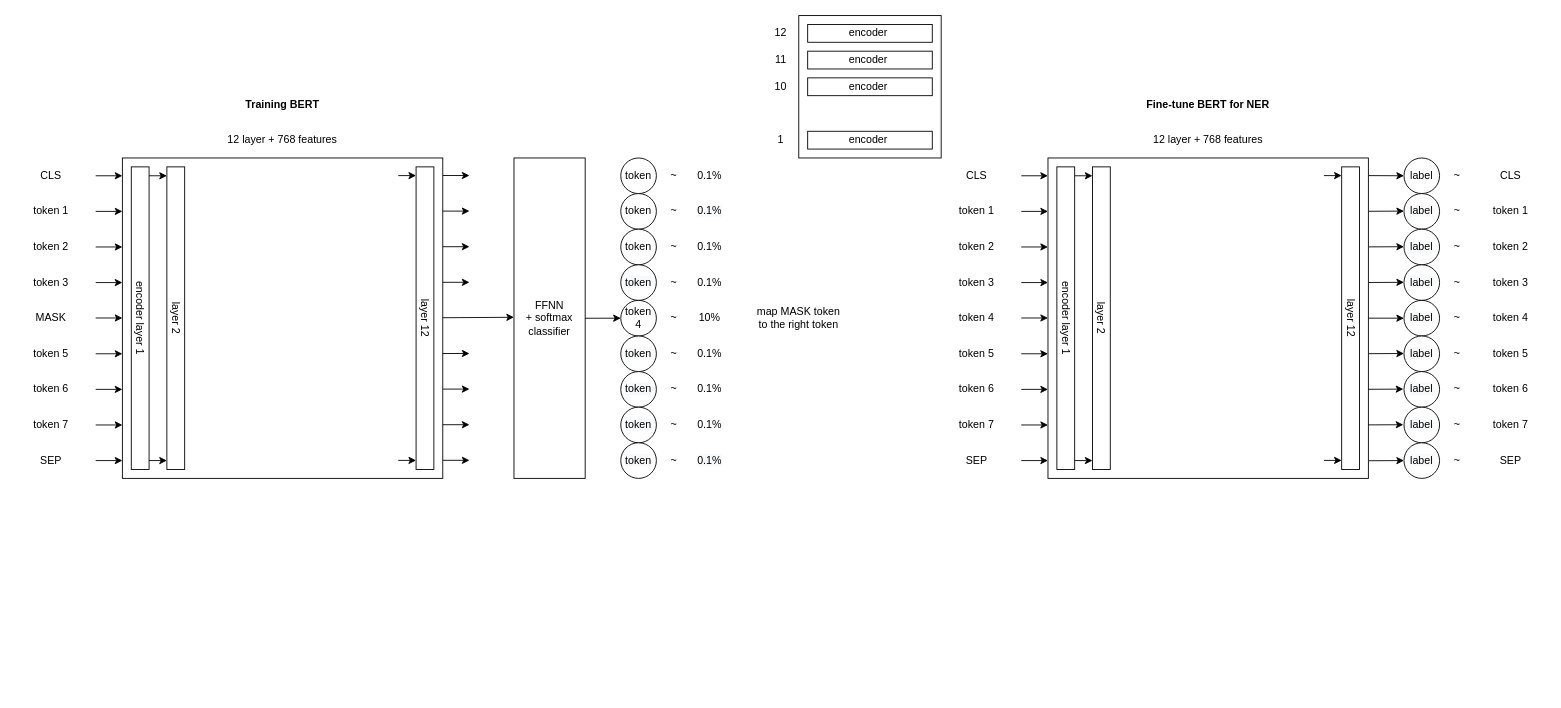
The draw.io diagram BERT model detail.drawio in Avi197/ner, before the edit. Source tidied: cells renumbered, new cells numbered last; positions are measured from the earlier drawing's top-left corner, leaving out a move shared by most shapes. Both pictures are drawn from the tidied source at 89%, with x=0, y=0 at pixel (15, 15).
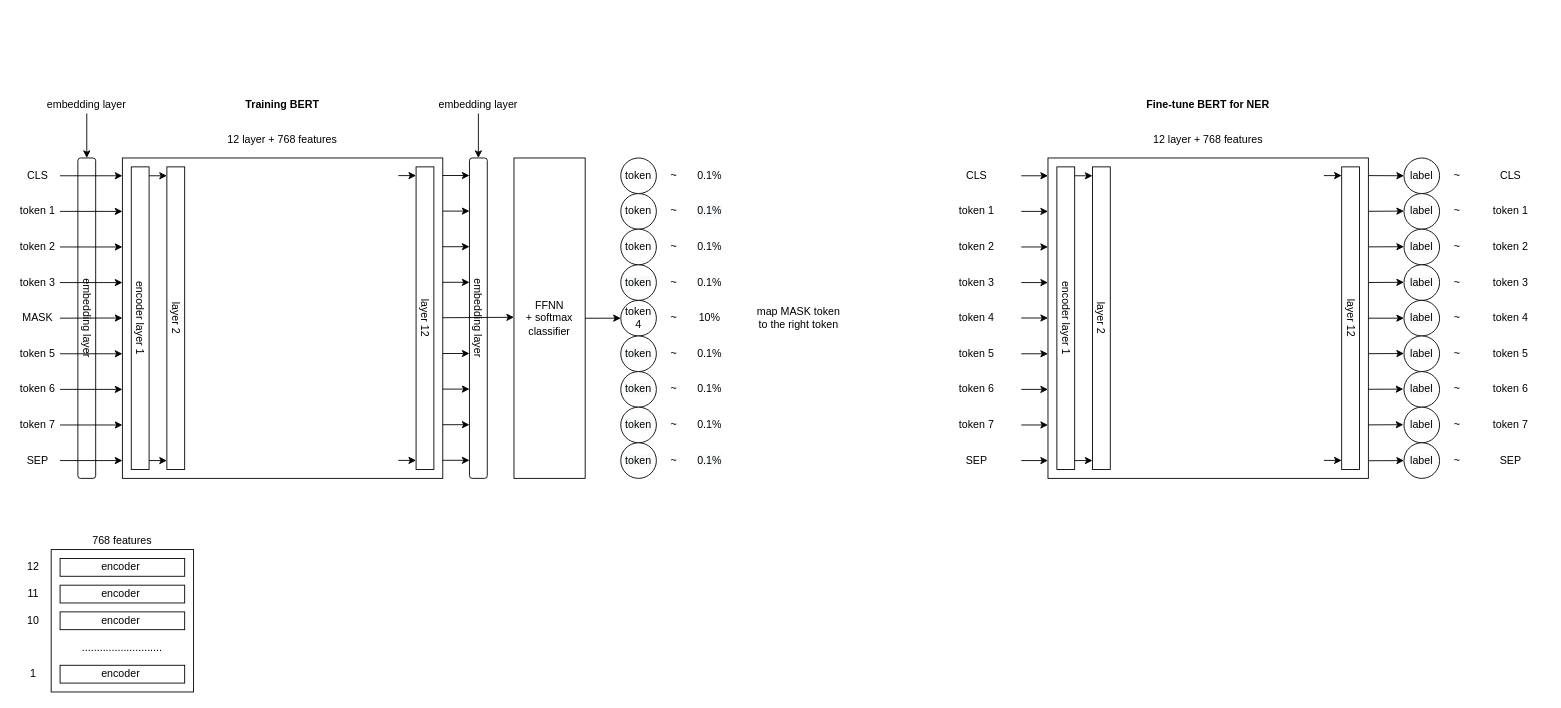
The same diagram, later.

Change to the diagram source:
```diff
@@
     <mxCell id="62" style="rounded=0;whiteSpace=wrap;html=1;" parent="1" vertex="1">
-      <mxGeometry x="880" width="160" height="160" as="geometry" />
+      <mxGeometry x="40" y="600" width="160" height="160" as="geometry" />
     </mxCell>
     <mxCell id="63" value="encoder&amp;nbsp;" style="rounded=0;whiteSpace=wrap;html=1;" parent="1" vertex="1">
-      <mxGeometry x="890" y="10" width="140" height="20" as="geometry" />
+      <mxGeometry x="50" y="610" width="140" height="20" as="geometry" />
     </mxCell>
     <mxCell id="64" value="encoder&amp;nbsp;" style="rounded=0;whiteSpace=wrap;html=1;" parent="1" vertex="1">
-      <mxGeometry x="890" y="40" width="140" height="20" as="geometry" />
+      <mxGeometry x="50" y="640" width="140" height="20" as="geometry" />
     </mxCell>
     <mxCell id="65" value="encoder&amp;nbsp;" style="rounded=0;whiteSpace=wrap;html=1;" parent="1" vertex="1">
-      <mxGeometry x="890" y="70" width="140" height="20" as="geometry" />
+      <mxGeometry x="50" y="670" width="140" height="20" as="geometry" />
     </mxCell>
     <mxCell id="66" value="encoder&amp;nbsp;" style="rounded=0;whiteSpace=wrap;html=1;" parent="1" vertex="1">
-      <mxGeometry x="890" y="130" width="140" height="20" as="geometry" />
+      <mxGeometry x="50" y="730" width="140" height="20" as="geometry" />
     </mxCell>
     <mxCell id="67" value="12" style="text;html=1;strokeColor=none;fillColor=none;align=center;verticalAlign=middle;whiteSpace=wrap;rounded=0;" parent="1" vertex="1">
-      <mxGeometry x="840" y="10" width="40" height="20" as="geometry" />
+      <mxGeometry y="610" width="40" height="20" as="geometry" />
     </mxCell>
     <mxCell id="68" value="1" style="text;html=1;strokeColor=none;fillColor=none;align=center;verticalAlign=middle;whiteSpace=wrap;rounded=0;" parent="1" vertex="1">
-      <mxGeometry x="840" y="130" width="40" height="20" as="geometry" />
+      <mxGeometry y="730" width="40" height="20" as="geometry" />
     </mxCell>
     <mxCell id="69" value="10" style="text;html=1;strokeColor=none;fillColor=none;align=center;verticalAlign=middle;whiteSpace=wrap;rounded=0;" parent="1" vertex="1">
-      <mxGeometry x="840" y="70" width="40" height="20" as="geometry" />
+      <mxGeometry y="670" width="40" height="20" as="geometry" />
     </mxCell>
     <mxCell id="70" value="11" style="text;html=1;strokeColor=none;fillColor=none;align=center;verticalAlign=middle;whiteSpace=wrap;rounded=0;" parent="1" vertex="1">
-      <mxGeometry x="840" y="40" width="40" height="20" as="geometry" />
+      <mxGeometry y="640" width="40" height="20" as="geometry" />
     </mxCell>
@@
-    <mxCell id="81" style="endArrow=classic;html=1;" parent="1" edge="1">
+    <mxCell id="81" style="endArrow=classic;html=1;exitX=1;exitY=0.5;exitDx=0;exitDy=0;" parent="1" edge="1" source="96">
       <mxGeometry relative="1" as="geometry">
-        <mxPoint x="90" y="180" as="sourcePoint" />
         <mxPoint x="120" y="180" as="targetPoint" />
         <Array as="points">
           <mxPoint x="120" y="180" />
         </Array>
       </mxGeometry>
     </mxCell>
-    <mxCell id="82" style="endArrow=classic;html=1;" parent="1" edge="1">
+    <mxCell id="82" style="endArrow=classic;html=1;exitX=1;exitY=0.5;exitDx=0;exitDy=0;" parent="1" edge="1" source="97">
       <mxGeometry relative="1" as="geometry">
-        <mxPoint x="90" y="220" as="sourcePoint" />
         <mxPoint x="120" y="220" as="targetPoint" />
         <Array as="points">
           <mxPoint x="120" y="220" />
         </Array>
       </mxGeometry>
     </mxCell>
-    <mxCell id="83" style="endArrow=classic;html=1;" parent="1" edge="1">
+    <mxCell id="83" style="endArrow=classic;html=1;exitX=1;exitY=0.5;exitDx=0;exitDy=0;" parent="1" edge="1" source="98">
       <mxGeometry relative="1" as="geometry">
-        <mxPoint x="90" y="260" as="sourcePoint" />
         <mxPoint x="120" y="260" as="targetPoint" />
         <Array as="points">
           <mxPoint x="120" y="260" />
         </Array>
       </mxGeometry>
     </mxCell>
-    <mxCell id="84" style="endArrow=classic;html=1;" parent="1" edge="1">
+    <mxCell id="84" style="endArrow=classic;html=1;exitX=1;exitY=0.5;exitDx=0;exitDy=0;" parent="1" edge="1" source="99">
       <mxGeometry relative="1" as="geometry">
-        <mxPoint x="90" y="300" as="sourcePoint" />
         <mxPoint x="120" y="300" as="targetPoint" />
         <Array as="points">
           <mxPoint x="120" y="300" />
         </Array>
       </mxGeometry>
     </mxCell>
-    <mxCell id="85" style="endArrow=classic;html=1;" parent="1" edge="1">
+    <mxCell id="85" style="endArrow=classic;html=1;exitX=1;exitY=0.5;exitDx=0;exitDy=0;" parent="1" edge="1" source="100">
       <mxGeometry relative="1" as="geometry">
-        <mxPoint x="90" y="339.8" as="sourcePoint" />
         <mxPoint x="120" y="339.8" as="targetPoint" />
         <Array as="points">
           <mxPoint x="120" y="339.8" />
         </Array>
       </mxGeometry>
     </mxCell>
-    <mxCell id="86" style="endArrow=classic;html=1;" parent="1" edge="1">
+    <mxCell id="86" style="endArrow=classic;html=1;exitX=1;exitY=0.5;exitDx=0;exitDy=0;" parent="1" edge="1" source="101">
       <mxGeometry relative="1" as="geometry">
-        <mxPoint x="90" y="380" as="sourcePoint" />
         <mxPoint x="120" y="380" as="targetPoint" />
         <Array as="points">
           <mxPoint x="120" y="380" />
         </Array>
       </mxGeometry>
     </mxCell>
-    <mxCell id="87" style="endArrow=classic;html=1;" parent="1" edge="1">
+    <mxCell id="87" style="endArrow=classic;html=1;exitX=1;exitY=0.5;exitDx=0;exitDy=0;" parent="1" edge="1" source="102">
       <mxGeometry relative="1" as="geometry">
-        <mxPoint x="90" y="420" as="sourcePoint" />
         <mxPoint x="120" y="420" as="targetPoint" />
         <Array as="points">
           <mxPoint x="120" y="420" />
         </Array>
       </mxGeometry>
     </mxCell>
-    <mxCell id="88" style="endArrow=classic;html=1;" parent="1" edge="1">
+    <mxCell id="88" style="endArrow=classic;html=1;exitX=1;exitY=0.5;exitDx=0;exitDy=0;" parent="1" edge="1" source="103">
       <mxGeometry relative="1" as="geometry">
-        <mxPoint x="90" y="460" as="sourcePoint" />
         <mxPoint x="120" y="460" as="targetPoint" />
         <Array as="points">
           <mxPoint x="120" y="460" />
         </Array>
       </mxGeometry>
     </mxCell>
-    <mxCell id="89" style="endArrow=classic;html=1;" parent="1" edge="1">
+    <mxCell id="89" style="endArrow=classic;html=1;exitX=1;exitY=0.5;exitDx=0;exitDy=0;" parent="1" edge="1" source="104">
       <mxGeometry relative="1" as="geometry">
-        <mxPoint x="90" y="500" as="sourcePoint" />
         <mxPoint x="120" y="500" as="targetPoint" />
         <Array as="points">
           <mxPoint x="120" y="500" />
         </Array>
       </mxGeometry>
     </mxCell>
@@
     <mxCell id="96" value="CLS" style="text;html=1;strokeColor=none;fillColor=none;align=center;verticalAlign=middle;whiteSpace=wrap;rounded=0;" parent="1" vertex="1">
-      <mxGeometry y="170" width="80" height="20" as="geometry" />
+      <mxGeometry y="170" width="50" height="20" as="geometry" />
     </mxCell>
     <mxCell id="97" value="token 1" style="text;html=1;strokeColor=none;fillColor=none;align=center;verticalAlign=middle;whiteSpace=wrap;rounded=0;" parent="1" vertex="1">
-      <mxGeometry y="210" width="80" height="20" as="geometry" />
+      <mxGeometry y="210" width="50" height="20" as="geometry" />
     </mxCell>
     <mxCell id="98" value="token 2" style="text;html=1;strokeColor=none;fillColor=none;align=center;verticalAlign=middle;whiteSpace=wrap;rounded=0;" parent="1" vertex="1">
-      <mxGeometry y="250" width="80" height="20" as="geometry" />
+      <mxGeometry y="250" width="50" height="20" as="geometry" />
     </mxCell>
     <mxCell id="99" value="token 3" style="text;html=1;strokeColor=none;fillColor=none;align=center;verticalAlign=middle;whiteSpace=wrap;rounded=0;" parent="1" vertex="1">
-      <mxGeometry y="290" width="80" height="20" as="geometry" />
+      <mxGeometry y="290" width="50" height="20" as="geometry" />
     </mxCell>
     <mxCell id="100" value="MASK" style="text;html=1;strokeColor=none;fillColor=none;align=center;verticalAlign=middle;whiteSpace=wrap;rounded=0;" parent="1" vertex="1">
-      <mxGeometry y="330" width="80" height="20" as="geometry" />
+      <mxGeometry y="330" width="50" height="20" as="geometry" />
     </mxCell>
     <mxCell id="101" value="token 5" style="text;html=1;strokeColor=none;fillColor=none;align=center;verticalAlign=middle;whiteSpace=wrap;rounded=0;" parent="1" vertex="1">
-      <mxGeometry y="370" width="80" height="20" as="geometry" />
+      <mxGeometry y="370" width="50" height="20" as="geometry" />
     </mxCell>
     <mxCell id="102" value="token 6" style="text;html=1;strokeColor=none;fillColor=none;align=center;verticalAlign=middle;whiteSpace=wrap;rounded=0;" parent="1" vertex="1">
-      <mxGeometry y="410" width="80" height="20" as="geometry" />
+      <mxGeometry y="410" width="50" height="20" as="geometry" />
     </mxCell>
     <mxCell id="103" value="token 7" style="text;html=1;strokeColor=none;fillColor=none;align=center;verticalAlign=middle;whiteSpace=wrap;rounded=0;" parent="1" vertex="1">
-      <mxGeometry y="450" width="80" height="20" as="geometry" />
+      <mxGeometry y="450" width="50" height="20" as="geometry" />
     </mxCell>
     <mxCell id="104" value="SEP" style="text;html=1;strokeColor=none;fillColor=none;align=center;verticalAlign=middle;whiteSpace=wrap;rounded=0;" parent="1" vertex="1">
-      <mxGeometry y="490" width="80" height="20" as="geometry" />
+      <mxGeometry y="490" width="50" height="20" as="geometry" />
     </mxCell>
@@
+    <mxCell id="148" style="rounded=1;whiteSpace=wrap;html=1;glass=0;fillColor=none;" parent="1" vertex="1">
+      <mxGeometry x="70" y="160" width="20" height="360" as="geometry" />
+    </mxCell>
+    <mxCell id="149" value="embedding layer" style="text;html=1;strokeColor=none;fillColor=none;align=center;verticalAlign=middle;whiteSpace=wrap;rounded=0;glass=0;rotation=90;" parent="1" vertex="1">
+      <mxGeometry x="20" y="330" width="120" height="20" as="geometry" />
+    </mxCell>
+    <mxCell id="150" style="edgeStyle=orthogonalEdgeStyle;rounded=0;jettySize=auto;html=1;entryX=0.5;entryY=0;entryDx=0;entryDy=0;" parent="1" edge="1" source="151" target="148">
+      <mxGeometry relative="1" as="geometry" />
+    </mxCell>
+    <mxCell id="151" value="embedding layer" style="text;html=1;strokeColor=none;fillColor=none;align=center;verticalAlign=middle;whiteSpace=wrap;rounded=0;glass=0;rotation=0;" parent="1" vertex="1">
+      <mxGeometry x="20" y="90" width="120" height="20" as="geometry" />
+    </mxCell>
+    <mxCell id="152" style="rounded=1;whiteSpace=wrap;html=1;glass=0;fillColor=none;" parent="1" vertex="1">
+      <mxGeometry x="510" y="160" width="20" height="360" as="geometry" />
+    </mxCell>
+    <mxCell id="153" value="embedding layer" style="text;html=1;strokeColor=none;fillColor=none;align=center;verticalAlign=middle;whiteSpace=wrap;rounded=0;glass=0;rotation=90;" parent="1" vertex="1">
+      <mxGeometry x="460" y="330" width="120" height="20" as="geometry" />
+    </mxCell>
+    <mxCell id="154" style="edgeStyle=orthogonalEdgeStyle;rounded=0;jettySize=auto;html=1;entryX=0.5;entryY=0;entryDx=0;entryDy=0;" parent="1" edge="1" source="155" target="152">
+      <mxGeometry relative="1" as="geometry" />
+    </mxCell>
+    <mxCell id="155" value="embedding layer" style="text;html=1;strokeColor=none;fillColor=none;align=center;verticalAlign=middle;whiteSpace=wrap;rounded=0;glass=0;rotation=0;" parent="1" vertex="1">
+      <mxGeometry x="460" y="90" width="120" height="20" as="geometry" />
+    </mxCell>
+    <mxCell id="156" value="768 features" style="text;html=1;strokeColor=none;fillColor=none;align=center;verticalAlign=middle;whiteSpace=wrap;rounded=0;glass=0;" parent="1" vertex="1">
+      <mxGeometry x="50" y="580" width="140" height="20" as="geometry" />
+    </mxCell>
+    <mxCell id="157" value="..........................." style="text;html=1;strokeColor=none;fillColor=none;align=center;verticalAlign=middle;whiteSpace=wrap;rounded=0;glass=0;" parent="1" vertex="1">
+      <mxGeometry x="50" y="700" width="140" height="20" as="geometry" />
+    </mxCell>
```
